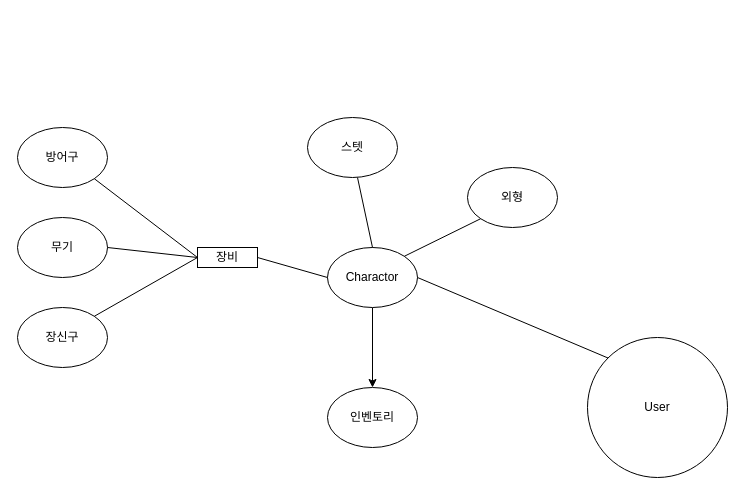
Before: page "마인드맵" (1 of 2) of doc/설계_마인드맵.drawio in tjsahr0099/dev, a draw.io diagram. Source tidied: cells renumbered, new cells numbered last; positions are measured from the earlier drawing's top-left corner, leaving out a move shared by most shapes. Both pictures are drawn from the tidied source at 100%, with x=0, y=0 at pixel (17, 117).
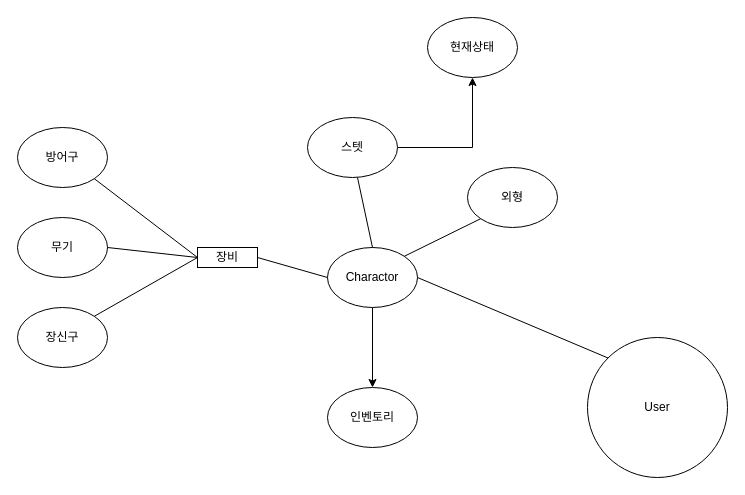
After the change.

Unchanged cells that the change refers to:
```xml
<mxCell id="15" value="스텟" style="ellipse;whiteSpace=wrap;html=1;" parent="1" vertex="1">
  <mxGeometry x="290" width="90" height="60" as="geometry" />
</mxCell>
```

What changed in the source:
```diff
@@
+    <mxCell id="19" style="edgeStyle=orthogonalEdgeStyle;rounded=0;jettySize=auto;html=1;" parent="1" edge="1" source="15" target="20">
+      <mxGeometry relative="1" as="geometry" />
+    </mxCell>
@@
+    <mxCell id="20" value="현재상태" style="ellipse;whiteSpace=wrap;html=1;" parent="1" vertex="1">
+      <mxGeometry x="410" y="-100" width="90" height="60" as="geometry" />
+    </mxCell>
```
